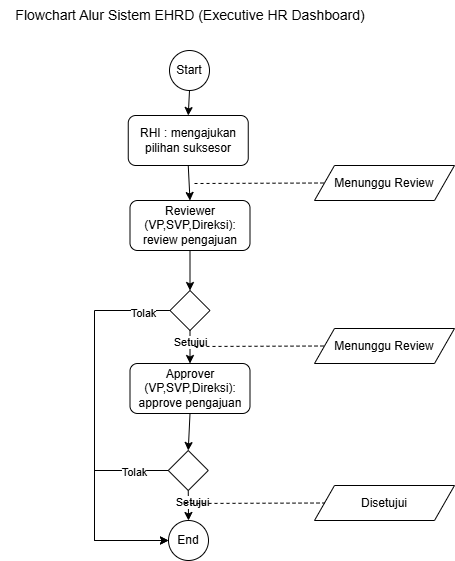
This is assets/images/flowchart_ehrd.png from najahnabighoh00/najahnabighoh00.github.io, a draw.io export, as it was before one commit. Source tidied: cells renumbered, new cells last; positions are measured from the earlier drawing's top-left corner, leaving out a move shared by most shapes. Source of this version:
```xml
<mxGraphModel>
  <root>
    <mxCell id="0" />
    <mxCell id="1" parent="0" />
    <mxCell id="2" style="edgeStyle=orthogonalEdgeStyle;rounded=0;jettySize=auto;html=1;exitX=0.5;exitY=1;exitDx=0;exitDy=0;entryX=0.5;entryY=0;entryDx=0;entryDy=0;" parent="1" edge="1" source="3" target="6">
      <mxGeometry relative="1" as="geometry" />
    </mxCell>
    <mxCell id="3" value="Start" style="ellipse;whiteSpace=wrap;html=1;" parent="1" vertex="1">
      <mxGeometry x="169" y="50" width="40" height="40" as="geometry" />
    </mxCell>
    <mxCell id="4" value="&lt;font style=&quot;font-size: 14px;&quot;&gt;Flowchart Alur Sistem EHRD (Executive HR Dashboard)&lt;/font&gt;" style="text;html=1;whiteSpace=wrap;strokeColor=none;fillColor=none;align=center;verticalAlign=middle;rounded=0;" parent="1" vertex="1">
      <mxGeometry x="-0.2" width="379.5" height="30" as="geometry" />
    </mxCell>
    <mxCell id="5" style="edgeStyle=orthogonalEdgeStyle;rounded=0;jettySize=auto;html=1;exitX=0.5;exitY=1;exitDx=0;exitDy=0;entryX=0.5;entryY=0;entryDx=0;entryDy=0;" parent="1" edge="1" source="6" target="8">
      <mxGeometry relative="1" as="geometry" />
    </mxCell>
    <mxCell id="6" value="RHI : mengajukan pilihan suksesor" style="rounded=1;whiteSpace=wrap;html=1;" parent="1" vertex="1">
      <mxGeometry x="127.8" y="115" width="120" height="50" as="geometry" />
    </mxCell>
    <mxCell id="7" style="edgeStyle=orthogonalEdgeStyle;rounded=0;jettySize=auto;html=1;exitX=0.5;exitY=1;exitDx=0;exitDy=0;entryX=0.5;entryY=0;entryDx=0;entryDy=0;" parent="1" edge="1" source="8" target="16">
      <mxGeometry relative="1" as="geometry" />
    </mxCell>
    <mxCell id="8" value="Reviewer (VP,SVP,Direksi): review pengajuan" style="rounded=1;whiteSpace=wrap;html=1;" parent="1" vertex="1">
      <mxGeometry x="129.5" y="200" width="120" height="50" as="geometry" />
    </mxCell>
    <mxCell id="9" style="edgeStyle=orthogonalEdgeStyle;rounded=0;jettySize=auto;html=1;exitX=0.5;exitY=1;exitDx=0;exitDy=0;entryX=0.5;entryY=0;entryDx=0;entryDy=0;" parent="1" edge="1" source="10" target="21">
      <mxGeometry relative="1" as="geometry" />
    </mxCell>
    <mxCell id="10" value="Approver (VP,SVP,Direksi): approve pengajuan" style="rounded=1;whiteSpace=wrap;html=1;" parent="1" vertex="1">
      <mxGeometry x="129.5" y="363" width="120" height="50" as="geometry" />
    </mxCell>
    <mxCell id="11" value="End" style="ellipse;whiteSpace=wrap;html=1;" parent="1" vertex="1">
      <mxGeometry x="168" y="520" width="40" height="40" as="geometry" />
    </mxCell>
    <mxCell id="12" style="edgeStyle=orthogonalEdgeStyle;rounded=0;jettySize=auto;html=1;exitX=0.5;exitY=1;exitDx=0;exitDy=0;entryX=0.5;entryY=0;entryDx=0;entryDy=0;" parent="1" edge="1" source="16" target="10">
      <mxGeometry relative="1" as="geometry" />
    </mxCell>
    <mxCell id="13" value="Setujui" style="edgeLabel;html=1;align=center;verticalAlign=middle;" parent="12" vertex="1">
      <mxGeometry x="-0.39" relative="1" as="geometry" />
    </mxCell>
    <mxCell id="14" style="edgeStyle=orthogonalEdgeStyle;rounded=0;jettySize=auto;html=1;exitX=0;exitY=0.5;exitDx=0;exitDy=0;entryX=0;entryY=0.5;entryDx=0;entryDy=0;" parent="1" edge="1" source="16" target="11">
      <mxGeometry relative="1" as="geometry">
        <Array as="points">
          <mxPoint x="94" y="310" />
          <mxPoint x="94" y="540" />
        </Array>
      </mxGeometry>
    </mxCell>
    <mxCell id="15" value="Tolak" style="edgeLabel;html=1;align=center;verticalAlign=middle;" parent="14" vertex="1">
      <mxGeometry x="-0.86" y="2" relative="1" as="geometry" />
    </mxCell>
    <mxCell id="16" style="rhombus;whiteSpace=wrap;html=1;" parent="1" vertex="1">
      <mxGeometry x="169.5" y="290" width="40" height="40" as="geometry" />
    </mxCell>
    <mxCell id="17" style="edgeStyle=orthogonalEdgeStyle;rounded=0;jettySize=auto;html=1;exitX=0.5;exitY=1;exitDx=0;exitDy=0;entryX=0.5;entryY=0;entryDx=0;entryDy=0;" parent="1" edge="1" source="21" target="11">
      <mxGeometry relative="1" as="geometry" />
    </mxCell>
    <mxCell id="18" value="Setujui" style="edgeLabel;html=1;align=center;verticalAlign=middle;" parent="17" vertex="1">
      <mxGeometry x="-0.33" y="3" relative="1" as="geometry" />
    </mxCell>
    <mxCell id="19" style="edgeStyle=orthogonalEdgeStyle;rounded=0;jettySize=auto;html=1;exitX=0;exitY=0.5;exitDx=0;exitDy=0;entryX=0;entryY=0.5;entryDx=0;entryDy=0;" parent="1" edge="1" source="21" target="11">
      <mxGeometry relative="1" as="geometry">
        <Array as="points">
          <mxPoint x="94" y="470" />
          <mxPoint x="94" y="540" />
        </Array>
      </mxGeometry>
    </mxCell>
    <mxCell id="20" value="Tolak" style="edgeLabel;html=1;align=center;verticalAlign=middle;" parent="19" vertex="1">
      <mxGeometry x="-0.68" y="1" relative="1" as="geometry" />
    </mxCell>
    <mxCell id="21" style="rhombus;whiteSpace=wrap;html=1;" parent="1" vertex="1">
      <mxGeometry x="167.8" y="450" width="40" height="40" as="geometry" />
    </mxCell>
    <mxCell id="22" value="Menunggu Review" style="shape=parallelogram;perimeter=parallelogramPerimeter;whiteSpace=wrap;html=1;fixedSize=1;" parent="1" vertex="1">
      <mxGeometry x="314" y="165" width="140" height="35" as="geometry" />
    </mxCell>
    <mxCell id="23" value="Menunggu Review" style="shape=parallelogram;perimeter=parallelogramPerimeter;whiteSpace=wrap;html=1;fixedSize=1;" parent="1" vertex="1">
      <mxGeometry x="314" y="328" width="140" height="35" as="geometry" />
    </mxCell>
    <mxCell id="24" style="endArrow=none;dashed=1;html=1;rounded=0;entryX=0;entryY=0.5;entryDx=0;entryDy=0;" parent="1" edge="1" target="22">
      <mxGeometry relative="1" as="geometry">
        <mxPoint x="194" y="183" as="sourcePoint" />
      </mxGeometry>
    </mxCell>
    <mxCell id="25" style="endArrow=none;dashed=1;html=1;rounded=0;entryX=0;entryY=0.5;entryDx=0;entryDy=0;" parent="1" edge="1" target="23">
      <mxGeometry relative="1" as="geometry">
        <mxPoint x="194" y="346" as="sourcePoint" />
      </mxGeometry>
    </mxCell>
    <mxCell id="26" value="Disetujui" style="shape=parallelogram;perimeter=parallelogramPerimeter;whiteSpace=wrap;html=1;fixedSize=1;" parent="1" vertex="1">
      <mxGeometry x="314" y="485" width="140" height="35" as="geometry" />
    </mxCell>
    <mxCell id="27" style="endArrow=none;dashed=1;html=1;rounded=0;entryX=0;entryY=0.5;entryDx=0;entryDy=0;" parent="1" edge="1" target="26">
      <mxGeometry relative="1" as="geometry">
        <mxPoint x="184" y="503" as="sourcePoint" />
      </mxGeometry>
    </mxCell>
  </root>
</mxGraphModel>
```
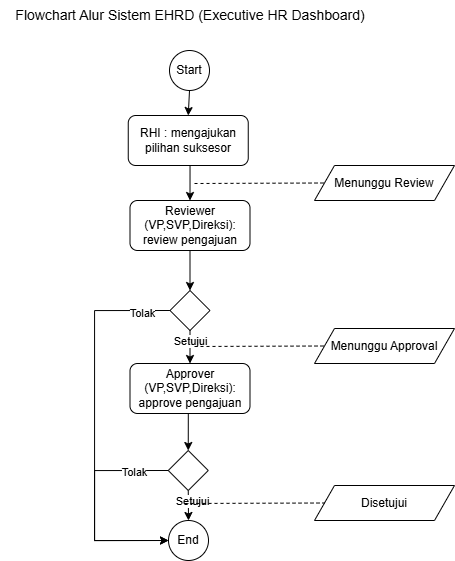
The same file after the commit.

Diff of the diagram source:
```diff
@@ -75,7 +75,7 @@
     <mxCell id="22" value="Menunggu Review" style="shape=parallelogram;perimeter=parallelogramPerimeter;whiteSpace=wrap;html=1;fixedSize=1;" parent="1" vertex="1">
       <mxGeometry x="314" y="165" width="140" height="35" as="geometry" />
     </mxCell>
-    <mxCell id="23" value="Menunggu Review" style="shape=parallelogram;perimeter=parallelogramPerimeter;whiteSpace=wrap;html=1;fixedSize=1;" parent="1" vertex="1">
+    <mxCell id="23" value="Menunggu Approval" style="shape=parallelogram;perimeter=parallelogramPerimeter;whiteSpace=wrap;html=1;fixedSize=1;" parent="1" vertex="1">
       <mxGeometry x="314" y="328" width="140" height="35" as="geometry" />
     </mxCell>
     <mxCell id="24" style="endArrow=none;dashed=1;html=1;rounded=0;entryX=0;entryY=0.5;entryDx=0;entryDy=0;" parent="1" edge="1" target="22">
```
